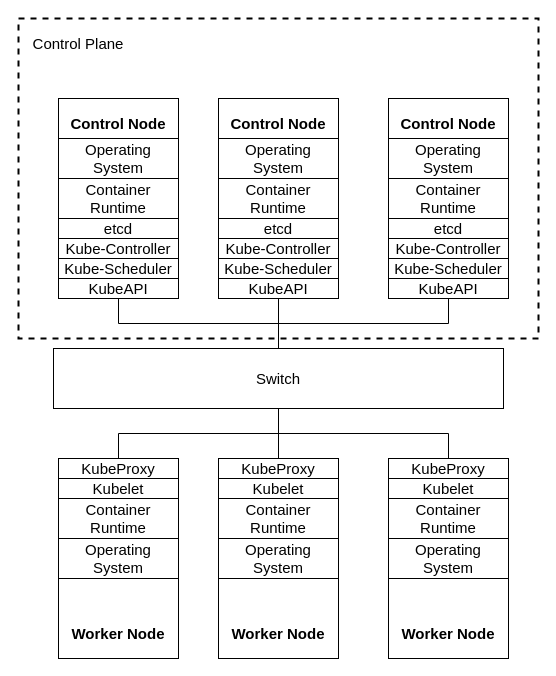
Earlier version of the draw.io diagram drawio/kubernetes.drawio (shibumi/master-thesis). Source tidied: cells renumbered, new cells numbered last; positions are measured from the earlier drawing's top-left corner, leaving out a move shared by most shapes. Both pictures are drawn from the tidied source at 100%, with x=0, y=0 at pixel (18, 18).
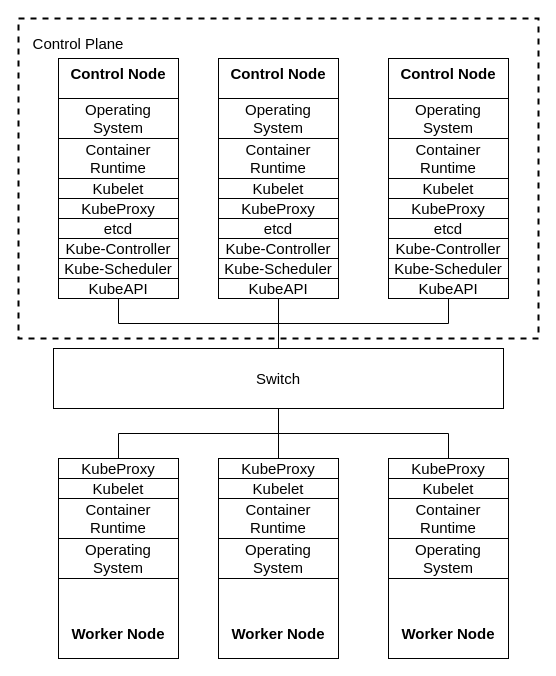
After the change.

What changed in the source:
```diff
@@
     <mxCell id="4" style="rounded=0;whiteSpace=wrap;html=1;fillColor=none;" parent="1" vertex="1">
-      <mxGeometry x="40" y="80" width="120" height="200" as="geometry" />
+      <mxGeometry x="40" y="40" width="120" height="240" as="geometry" />
     </mxCell>
@@
     <mxCell id="6" style="rounded=0;whiteSpace=wrap;html=1;fillColor=none;" parent="1" vertex="1">
-      <mxGeometry x="200" y="80" width="120" height="200" as="geometry" />
+      <mxGeometry x="200" y="40" width="120" height="240" as="geometry" />
     </mxCell>
@@
     <mxCell id="8" style="rounded=0;whiteSpace=wrap;html=1;fillColor=none;" parent="1" vertex="1">
-      <mxGeometry x="370" y="80" width="120" height="200" as="geometry" />
+      <mxGeometry x="370" y="40" width="120" height="240" as="geometry" />
     </mxCell>
@@
     <mxCell id="16" value="Control Node" style="text;html=1;strokeColor=none;fillColor=none;align=center;verticalAlign=middle;whiteSpace=wrap;rounded=0;dashed=1;fontSize=15;fontStyle=1;" parent="1" vertex="1">
-      <mxGeometry x="50" y="90" width="100" height="30" as="geometry" />
+      <mxGeometry x="50" y="40" width="100" height="30" as="geometry" />
     </mxCell>
     <mxCell id="17" value="Control Node" style="text;html=1;strokeColor=none;fillColor=none;align=center;verticalAlign=middle;whiteSpace=wrap;rounded=0;dashed=1;fontSize=15;fontStyle=1;" parent="1" vertex="1">
-      <mxGeometry x="210" y="90" width="100" height="30" as="geometry" />
+      <mxGeometry x="210" y="40" width="100" height="30" as="geometry" />
     </mxCell>
     <mxCell id="18" value="Control Node" style="text;html=1;strokeColor=none;fillColor=none;align=center;verticalAlign=middle;whiteSpace=wrap;rounded=0;dashed=1;fontSize=15;fontStyle=1;" parent="1" vertex="1">
-      <mxGeometry x="380" y="90" width="100" height="30" as="geometry" />
+      <mxGeometry x="380" y="40" width="100" height="30" as="geometry" />
     </mxCell>
@@
     <mxCell id="23" value="Container Runtime" style="rounded=0;whiteSpace=wrap;html=1;fontSize=15;strokeColor=#000000;strokeWidth=1;fillColor=none;" parent="1" vertex="1">
-      <mxGeometry x="40" y="160" width="120" height="40" as="geometry" />
+      <mxGeometry x="40" y="120" width="120" height="40" as="geometry" />
     </mxCell>
@@
     <mxCell id="40" value="Container Runtime" style="rounded=0;whiteSpace=wrap;html=1;fontSize=15;strokeColor=#000000;strokeWidth=1;fillColor=none;" parent="1" vertex="1">
-      <mxGeometry x="200" y="160" width="120" height="40" as="geometry" />
+      <mxGeometry x="200" y="120" width="120" height="40" as="geometry" />
     </mxCell>
     <mxCell id="41" value="Container Runtime" style="rounded=0;whiteSpace=wrap;html=1;fontSize=15;strokeColor=#000000;strokeWidth=1;fillColor=none;" parent="1" vertex="1">
-      <mxGeometry x="370" y="160" width="120" height="40" as="geometry" />
+      <mxGeometry x="370" y="120" width="120" height="40" as="geometry" />
     </mxCell>
     <mxCell id="42" value="Operating System" style="rounded=0;whiteSpace=wrap;html=1;fontSize=15;strokeColor=#000000;strokeWidth=1;fillColor=none;" parent="1" vertex="1">
-      <mxGeometry x="40" y="120" width="120" height="40" as="geometry" />
+      <mxGeometry x="40" y="80" width="120" height="40" as="geometry" />
     </mxCell>
     <mxCell id="43" value="Operating System" style="rounded=0;whiteSpace=wrap;html=1;fontSize=15;strokeColor=#000000;strokeWidth=1;fillColor=none;" parent="1" vertex="1">
-      <mxGeometry x="200" y="120" width="120" height="40" as="geometry" />
+      <mxGeometry x="200" y="80" width="120" height="40" as="geometry" />
     </mxCell>
     <mxCell id="44" value="Operating System" style="rounded=0;whiteSpace=wrap;html=1;fontSize=15;strokeColor=#000000;strokeWidth=1;fillColor=none;" parent="1" vertex="1">
-      <mxGeometry x="370" y="120" width="120" height="40" as="geometry" />
+      <mxGeometry x="370" y="80" width="120" height="40" as="geometry" />
     </mxCell>
@@
+    <mxCell id="53" value="Kubelet" style="rounded=0;whiteSpace=wrap;html=1;fontSize=15;strokeColor=#000000;strokeWidth=1;fillColor=none;" parent="1" vertex="1">
+      <mxGeometry x="40" y="160" width="120" height="20" as="geometry" />
+    </mxCell>
+    <mxCell id="54" value="KubeProxy" style="rounded=0;whiteSpace=wrap;html=1;fontSize=15;strokeColor=#000000;strokeWidth=1;fillColor=none;" parent="1" vertex="1">
+      <mxGeometry x="40" y="180" width="120" height="20" as="geometry" />
+    </mxCell>
+    <mxCell id="55" value="Kubelet" style="rounded=0;whiteSpace=wrap;html=1;fontSize=15;strokeColor=#000000;strokeWidth=1;fillColor=none;" parent="1" vertex="1">
+      <mxGeometry x="200" y="160" width="120" height="20" as="geometry" />
+    </mxCell>
+    <mxCell id="56" value="Kubelet" style="rounded=0;whiteSpace=wrap;html=1;fontSize=15;strokeColor=#000000;strokeWidth=1;fillColor=none;" parent="1" vertex="1">
+      <mxGeometry x="370" y="160" width="120" height="20" as="geometry" />
+    </mxCell>
+    <mxCell id="57" value="KubeProxy" style="rounded=0;whiteSpace=wrap;html=1;fontSize=15;strokeColor=#000000;strokeWidth=1;fillColor=none;" parent="1" vertex="1">
+      <mxGeometry x="200" y="180" width="120" height="20" as="geometry" />
+    </mxCell>
+    <mxCell id="58" value="KubeProxy" style="rounded=0;whiteSpace=wrap;html=1;fontSize=15;strokeColor=#000000;strokeWidth=1;fillColor=none;" parent="1" vertex="1">
+      <mxGeometry x="370" y="180" width="120" height="20" as="geometry" />
+    </mxCell>
```
